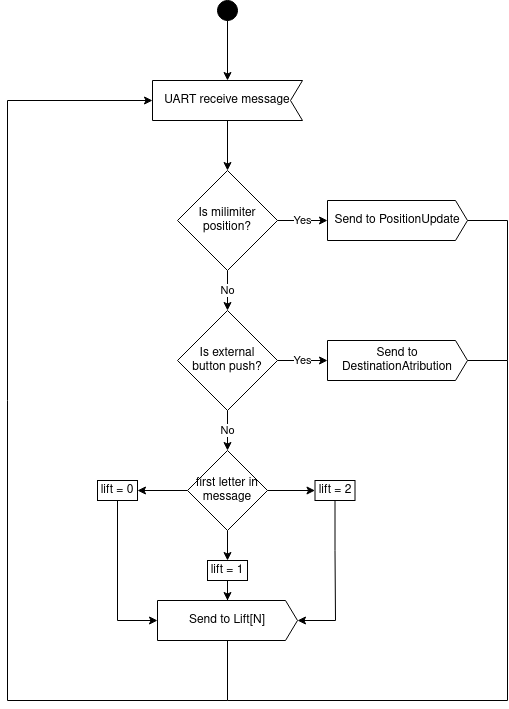
This is arquitetura/ISR ReceiveUART.png from rardiol/P2020_02_embarcados_final, a draw.io export, as it was before one commit. Source tidied: cells renumbered, new cells last; positions are measured from the earlier drawing's top-left corner, leaving out a move shared by most shapes. Its diagram source:
```xml
<mxGraphModel>
  <root>
    <mxCell id="0" />
    <mxCell id="1" parent="0" />
    <mxCell id="2" value="Yes" style="edgeStyle=orthogonalEdgeStyle;rounded=0;jettySize=auto;html=1;" parent="1" edge="1" source="4" target="6">
      <mxGeometry relative="1" as="geometry" />
    </mxCell>
    <mxCell id="3" value="No" style="edgeStyle=orthogonalEdgeStyle;rounded=0;jettySize=auto;html=1;entryX=0.5;entryY=0;entryDx=0;entryDy=0;" parent="1" edge="1" source="4" target="8">
      <mxGeometry relative="1" as="geometry" />
    </mxCell>
    <mxCell id="4" value="Is milimiter position?" style="rhombus;whiteSpace=wrap;html=1;" parent="1" vertex="1">
      <mxGeometry x="170" y="170" width="100" height="100" as="geometry" />
    </mxCell>
    <mxCell id="5" style="edgeStyle=orthogonalEdgeStyle;rounded=0;jettySize=auto;html=1;endArrow=none;endFill=0;" parent="1" edge="1" source="6">
      <mxGeometry relative="1" as="geometry">
        <mxPoint x="500" y="360" as="targetPoint" />
      </mxGeometry>
    </mxCell>
    <mxCell id="6" value="Send to PositionUpdate" style="shape=mxgraph.sysml.sendSigAct;whiteSpace=wrap;align=center;" parent="1" vertex="1">
      <mxGeometry x="320" y="200" width="140" height="40" as="geometry" />
    </mxCell>
    <mxCell id="7" value="Yes" style="edgeStyle=orthogonalEdgeStyle;rounded=0;jettySize=auto;html=1;" parent="1" edge="1" source="8" target="10">
      <mxGeometry relative="1" as="geometry" />
    </mxCell>
    <mxCell id="8" value="&lt;div&gt;Is external &lt;br&gt;&lt;/div&gt;&lt;div&gt;button push?&lt;/div&gt;" style="rhombus;whiteSpace=wrap;html=1;" parent="1" vertex="1">
      <mxGeometry x="170" y="310" width="100" height="100" as="geometry" />
    </mxCell>
    <mxCell id="9" style="edgeStyle=orthogonalEdgeStyle;rounded=0;jettySize=auto;html=1;endArrow=none;endFill=0;" parent="1" edge="1" source="10">
      <mxGeometry relative="1" as="geometry">
        <mxPoint x="220" y="700" as="targetPoint" />
        <Array as="points">
          <mxPoint x="500" y="360" />
          <mxPoint x="500" y="700" />
        </Array>
      </mxGeometry>
    </mxCell>
    <mxCell id="10" value="Send to DestinationAtribution" style="shape=mxgraph.sysml.sendSigAct;whiteSpace=wrap;align=center;" parent="1" vertex="1">
      <mxGeometry x="320" y="340" width="140" height="40" as="geometry" />
    </mxCell>
    <mxCell id="11" value="No" style="edgeStyle=orthogonalEdgeStyle;rounded=0;orthogonalLoop=1;jettySize=auto;html=1;entryX=0.5;entryY=0;entryDx=0;entryDy=0;" parent="1" edge="1">
      <mxGeometry relative="1" as="geometry">
        <mxPoint x="220" y="410" as="sourcePoint" />
        <mxPoint x="220" y="450" as="targetPoint" />
        <Array as="points">
          <mxPoint x="220" y="430" />
          <mxPoint x="220" y="430" />
        </Array>
      </mxGeometry>
    </mxCell>
    <mxCell id="12" style="edgeStyle=orthogonalEdgeStyle;rounded=0;jettySize=auto;html=1;entryX=1;entryY=0.5;entryDx=0;entryDy=0;entryPerimeter=0;" parent="1" edge="1" source="13" target="15">
      <mxGeometry relative="1" as="geometry">
        <Array as="points">
          <mxPoint x="220" y="700" />
          <mxPoint y="700" />
          <mxPoint y="100" />
        </Array>
      </mxGeometry>
    </mxCell>
    <mxCell id="13" value="Send to Lift[N]" style="shape=mxgraph.sysml.sendSigAct;whiteSpace=wrap;align=center;" parent="1" vertex="1">
      <mxGeometry x="150" y="600" width="140" height="40" as="geometry" />
    </mxCell>
    <mxCell id="14" style="edgeStyle=orthogonalEdgeStyle;rounded=0;jettySize=auto;html=1;" parent="1" edge="1" source="15" target="4">
      <mxGeometry relative="1" as="geometry" />
    </mxCell>
    <mxCell id="15" value="UART receive message" style="shape=mxgraph.sysml.accEvent;flipH=1;whiteSpace=wrap;align=center;" parent="1" vertex="1">
      <mxGeometry x="145" y="80" width="150" height="40" as="geometry" />
    </mxCell>
    <mxCell id="16" style="edgeStyle=orthogonalEdgeStyle;rounded=0;jettySize=auto;html=1;entryX=0;entryY=0.5;entryDx=0;entryDy=0;entryPerimeter=0;" parent="1" edge="1" source="17" target="13">
      <mxGeometry relative="1" as="geometry">
        <Array as="points">
          <mxPoint x="110" y="620" />
        </Array>
      </mxGeometry>
    </mxCell>
    <mxCell id="17" value="lift = 0" style="rounded=0;whiteSpace=wrap;html=1;" parent="1" vertex="1">
      <mxGeometry x="90" y="480" width="40" height="20" as="geometry" />
    </mxCell>
    <mxCell id="18" style="edgeStyle=orthogonalEdgeStyle;rounded=0;jettySize=auto;html=1;" parent="1" edge="1" source="21" target="23">
      <mxGeometry relative="1" as="geometry" />
    </mxCell>
    <mxCell id="19" style="edgeStyle=orthogonalEdgeStyle;rounded=0;jettySize=auto;html=1;entryX=0;entryY=0.5;entryDx=0;entryDy=0;" parent="1" edge="1" source="21" target="25">
      <mxGeometry relative="1" as="geometry" />
    </mxCell>
    <mxCell id="20" style="edgeStyle=orthogonalEdgeStyle;rounded=0;jettySize=auto;html=1;" parent="1" edge="1" source="21" target="17">
      <mxGeometry relative="1" as="geometry" />
    </mxCell>
    <mxCell id="21" value="first letter in message" style="rhombus;whiteSpace=wrap;html=1;" parent="1" vertex="1">
      <mxGeometry x="180" y="450" width="80" height="80" as="geometry" />
    </mxCell>
    <mxCell id="22" style="edgeStyle=orthogonalEdgeStyle;rounded=0;jettySize=auto;html=1;" parent="1" edge="1" source="23" target="13">
      <mxGeometry relative="1" as="geometry" />
    </mxCell>
    <mxCell id="23" value="lift = 1" style="rounded=0;whiteSpace=wrap;html=1;" parent="1" vertex="1">
      <mxGeometry x="200" y="560" width="40" height="20" as="geometry" />
    </mxCell>
    <mxCell id="24" style="edgeStyle=orthogonalEdgeStyle;rounded=0;jettySize=auto;html=1;entryX=1;entryY=0.5;entryDx=0;entryDy=0;entryPerimeter=0;" parent="1" edge="1" source="25" target="13">
      <mxGeometry relative="1" as="geometry">
        <Array as="points">
          <mxPoint x="328" y="550" />
          <mxPoint x="328" y="550" />
          <mxPoint x="328" y="620" />
        </Array>
      </mxGeometry>
    </mxCell>
    <mxCell id="25" value="lift = 2" style="rounded=0;whiteSpace=wrap;html=1;" parent="1" vertex="1">
      <mxGeometry x="307.5" y="480" width="40" height="20" as="geometry" />
    </mxCell>
    <mxCell id="26" style="edgeStyle=orthogonalEdgeStyle;rounded=0;jettySize=auto;html=1;" parent="1" edge="1" source="27" target="15">
      <mxGeometry relative="1" as="geometry" />
    </mxCell>
    <mxCell id="27" style="shape=ellipse;html=1;fillColor=#000000;fontSize=18;fontColor=#ffffff;" parent="1" vertex="1">
      <mxGeometry x="210" width="20" height="20" as="geometry" />
    </mxCell>
  </root>
</mxGraphModel>
```
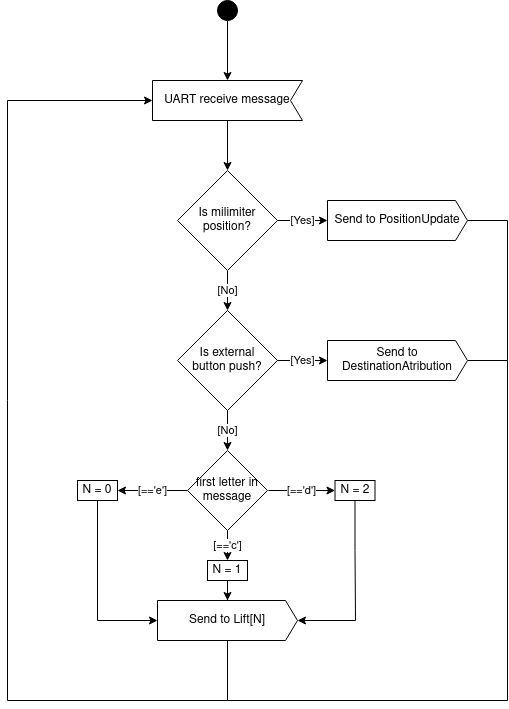
The same file after the commit.

What changed in the source:
```diff
@@ -2,10 +2,10 @@
   <root>
     <mxCell id="0" />
     <mxCell id="1" parent="0" />
-    <mxCell id="2" value="Yes" style="edgeStyle=orthogonalEdgeStyle;rounded=0;jettySize=auto;html=1;" parent="1" edge="1" source="4" target="6">
+    <mxCell id="2" value="[Yes]" style="edgeStyle=orthogonalEdgeStyle;rounded=0;jettySize=auto;html=1;" parent="1" edge="1" source="4" target="6">
       <mxGeometry relative="1" as="geometry" />
     </mxCell>
-    <mxCell id="3" value="No" style="edgeStyle=orthogonalEdgeStyle;rounded=0;jettySize=auto;html=1;entryX=0.5;entryY=0;entryDx=0;entryDy=0;" parent="1" edge="1" source="4" target="8">
+    <mxCell id="3" value="[No]" style="edgeStyle=orthogonalEdgeStyle;rounded=0;jettySize=auto;html=1;entryX=0.5;entryY=0;entryDx=0;entryDy=0;" parent="1" edge="1" source="4" target="8">
       <mxGeometry relative="1" as="geometry" />
     </mxCell>
     <mxCell id="4" value="Is milimiter position?" style="rhombus;whiteSpace=wrap;html=1;" parent="1" vertex="1">
@@ -19,7 +19,7 @@
     <mxCell id="6" value="Send to PositionUpdate" style="shape=mxgraph.sysml.sendSigAct;whiteSpace=wrap;align=center;" parent="1" vertex="1">
       <mxGeometry x="320" y="200" width="140" height="40" as="geometry" />
     </mxCell>
-    <mxCell id="7" value="Yes" style="edgeStyle=orthogonalEdgeStyle;rounded=0;jettySize=auto;html=1;" parent="1" edge="1" source="8" target="10">
+    <mxCell id="7" value="[Yes]" style="edgeStyle=orthogonalEdgeStyle;rounded=0;jettySize=auto;html=1;" parent="1" edge="1" source="8" target="10">
       <mxGeometry relative="1" as="geometry" />
     </mxCell>
     <mxCell id="8" value="&lt;div&gt;Is external &lt;br&gt;&lt;/div&gt;&lt;div&gt;button push?&lt;/div&gt;" style="rhombus;whiteSpace=wrap;html=1;" parent="1" vertex="1">
@@ -37,7 +37,7 @@
     <mxCell id="10" value="Send to DestinationAtribution" style="shape=mxgraph.sysml.sendSigAct;whiteSpace=wrap;align=center;" parent="1" vertex="1">
       <mxGeometry x="320" y="340" width="140" height="40" as="geometry" />
     </mxCell>
-    <mxCell id="11" value="No" style="edgeStyle=orthogonalEdgeStyle;rounded=0;orthogonalLoop=1;jettySize=auto;html=1;entryX=0.5;entryY=0;entryDx=0;entryDy=0;" parent="1" edge="1">
+    <mxCell id="11" value="[No]" style="edgeStyle=orthogonalEdgeStyle;rounded=0;orthogonalLoop=1;jettySize=auto;html=1;entryX=0.5;entryY=0;entryDx=0;entryDy=0;" parent="1" edge="1">
       <mxGeometry relative="1" as="geometry">
         <mxPoint x="220" y="410" as="sourcePoint" />
         <mxPoint x="220" y="450" as="targetPoint" />
@@ -68,20 +68,22 @@
     <mxCell id="16" style="edgeStyle=orthogonalEdgeStyle;rounded=0;jettySize=auto;html=1;entryX=0;entryY=0.5;entryDx=0;entryDy=0;entryPerimeter=0;" parent="1" edge="1" source="17" target="13">
       <mxGeometry relative="1" as="geometry">
         <Array as="points">
-          <mxPoint x="110" y="620" />
+          <mxPoint x="90" y="620" />
         </Array>
       </mxGeometry>
     </mxCell>
-    <mxCell id="17" value="lift = 0" style="rounded=0;whiteSpace=wrap;html=1;" parent="1" vertex="1">
-      <mxGeometry x="90" y="480" width="40" height="20" as="geometry" />
+    <mxCell id="17" value="N = 0" style="rounded=0;whiteSpace=wrap;html=1;" parent="1" vertex="1">
+      <mxGeometry x="70" y="480" width="40" height="20" as="geometry" />
     </mxCell>
-    <mxCell id="18" style="edgeStyle=orthogonalEdgeStyle;rounded=0;jettySize=auto;html=1;" parent="1" edge="1" source="21" target="23">
+    <mxCell id="18" value="[=='c']" style="edgeStyle=orthogonalEdgeStyle;rounded=0;jettySize=auto;html=1;" parent="1" edge="1" source="21" target="23">
       <mxGeometry relative="1" as="geometry" />
     </mxCell>
-    <mxCell id="19" style="edgeStyle=orthogonalEdgeStyle;rounded=0;jettySize=auto;html=1;entryX=0;entryY=0.5;entryDx=0;entryDy=0;" parent="1" edge="1" source="21" target="25">
-      <mxGeometry relative="1" as="geometry" />
+    <mxCell id="19" value="[=='d']" style="edgeStyle=orthogonalEdgeStyle;rounded=0;jettySize=auto;html=1;" parent="1" edge="1" target="25">
+      <mxGeometry relative="1" as="geometry">
+        <mxPoint x="261" y="490" as="sourcePoint" />
+      </mxGeometry>
     </mxCell>
-    <mxCell id="20" style="edgeStyle=orthogonalEdgeStyle;rounded=0;jettySize=auto;html=1;" parent="1" edge="1" source="21" target="17">
+    <mxCell id="20" value="[=='e']" style="edgeStyle=orthogonalEdgeStyle;rounded=0;jettySize=auto;html=1;" parent="1" edge="1" source="21" target="17">
       <mxGeometry relative="1" as="geometry" />
     </mxCell>
     <mxCell id="21" value="first letter in message" style="rhombus;whiteSpace=wrap;html=1;" parent="1" vertex="1">
@@ -90,20 +92,19 @@
     <mxCell id="22" style="edgeStyle=orthogonalEdgeStyle;rounded=0;jettySize=auto;html=1;" parent="1" edge="1" source="23" target="13">
       <mxGeometry relative="1" as="geometry" />
     </mxCell>
-    <mxCell id="23" value="lift = 1" style="rounded=0;whiteSpace=wrap;html=1;" parent="1" vertex="1">
+    <mxCell id="23" value="N = 1" style="rounded=0;whiteSpace=wrap;html=1;" parent="1" vertex="1">
       <mxGeometry x="200" y="560" width="40" height="20" as="geometry" />
     </mxCell>
-    <mxCell id="24" style="edgeStyle=orthogonalEdgeStyle;rounded=0;jettySize=auto;html=1;entryX=1;entryY=0.5;entryDx=0;entryDy=0;entryPerimeter=0;" parent="1" edge="1" source="25" target="13">
+    <mxCell id="24" style="edgeStyle=orthogonalEdgeStyle;rounded=0;jettySize=auto;html=1;" parent="1" edge="1" source="25" target="13">
       <mxGeometry relative="1" as="geometry">
         <Array as="points">
-          <mxPoint x="328" y="550" />
-          <mxPoint x="328" y="550" />
-          <mxPoint x="328" y="620" />
+          <mxPoint x="348" y="550" />
+          <mxPoint x="348" y="620" />
         </Array>
       </mxGeometry>
     </mxCell>
-    <mxCell id="25" value="lift = 2" style="rounded=0;whiteSpace=wrap;html=1;" parent="1" vertex="1">
-      <mxGeometry x="307.5" y="480" width="40" height="20" as="geometry" />
+    <mxCell id="25" value="N = 2" style="rounded=0;whiteSpace=wrap;html=1;" parent="1" vertex="1">
+      <mxGeometry x="327.5" y="480" width="40" height="20" as="geometry" />
     </mxCell>
     <mxCell id="26" style="edgeStyle=orthogonalEdgeStyle;rounded=0;jettySize=auto;html=1;" parent="1" edge="1" source="27" target="15">
       <mxGeometry relative="1" as="geometry" />
```
